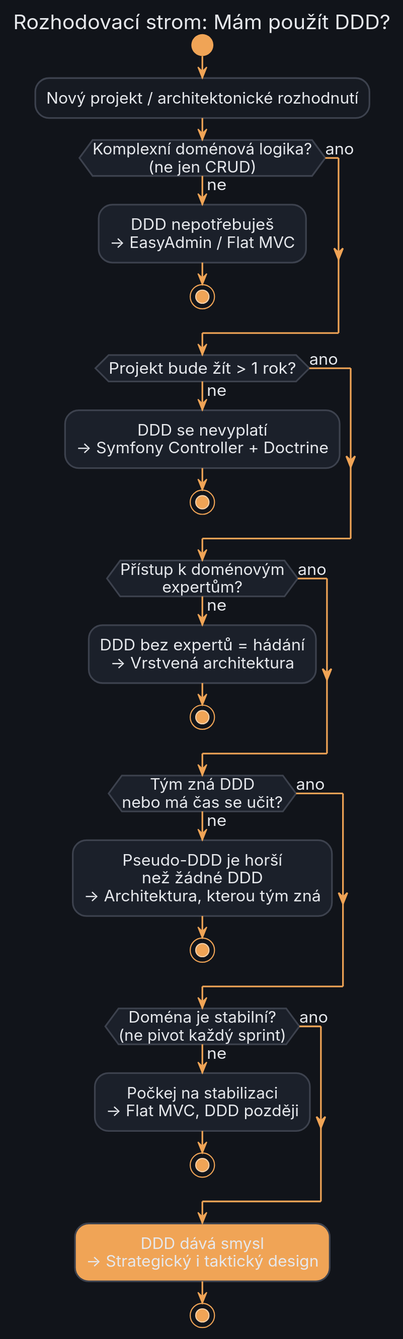
Before: public/images/diagrams/9_when_not_to_use_ddd/diagram.svg, a diagram exported from PlantUML (MichalKatuscak/ddd-v-symfony).
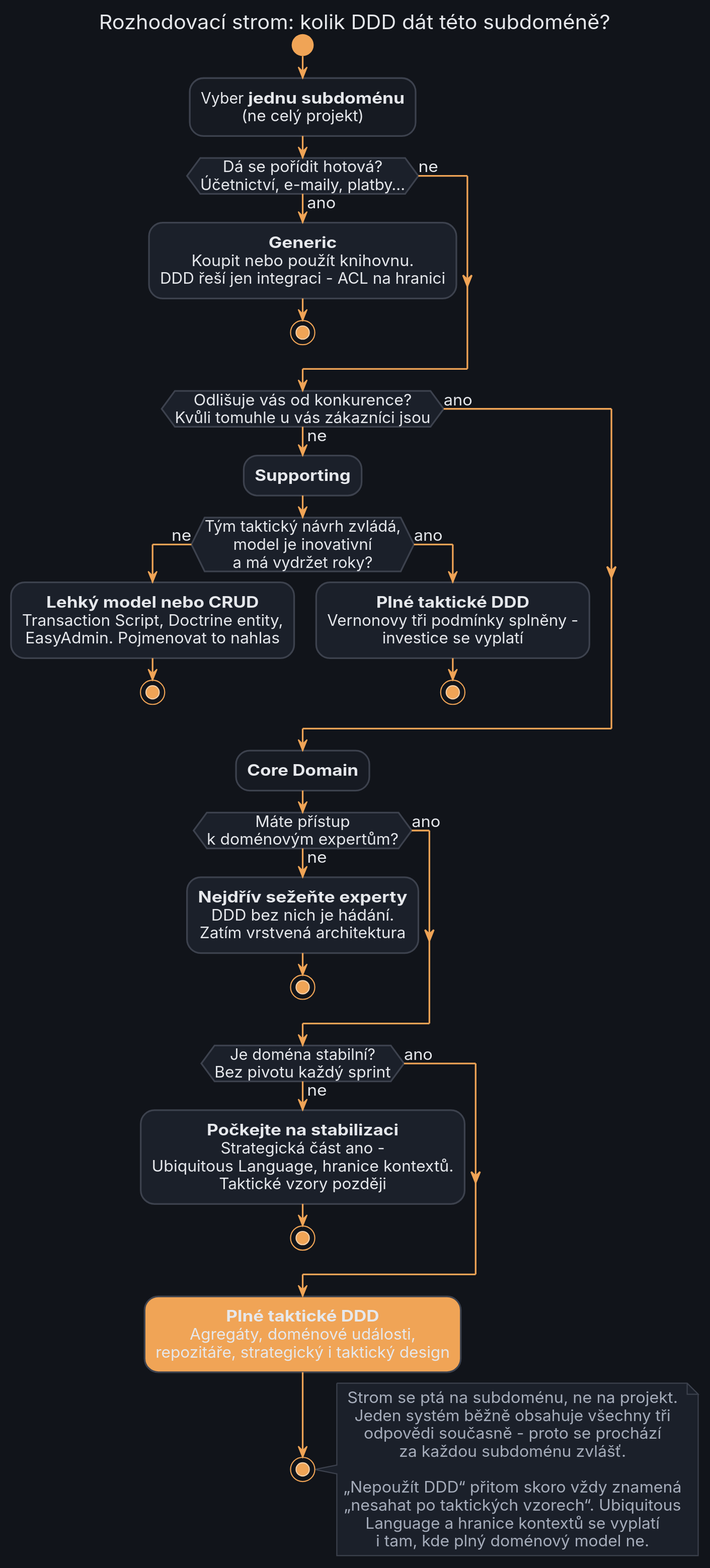
Later version of the same file.

Change to the diagram source:
```diff
@@ -179,42 +179,56 @@
   EBorderColor #F0A456
 }
 
-title Rozhodovací strom: Mám použít DDD?
+title Rozhodovací strom: kolik DDD dát této subdoméně?
 
 start
-:Nový projekt / architektonické rozhodnutí;
+:Vyber **jednu subdoménu**\n(ne celý projekt);
 
-if (Komplexní doménová logika?\n(ne jen CRUD)) then (ne)
-  #1B202A:DDD nepotřebuješ\n-> EasyAdmin / Flat MVC;
+if (Dá se pořídit hotová?\nÚčetnictví, e-maily, platby…) then (ano)
+  #1B202A:**Generic**\nKoupit nebo použít knihovnu.\nDDD řeší jen integraci - ACL na hranici;
+  stop
+else (ne)
+endif
+
+if (Odlišuje vás od konkurence?\nKvůli tomuhle u vás zákazníci jsou) then (ne)
+  #1B202A:**Supporting**;
+  if (Tým taktický návrh zvládá,\nmodel je inovativní\na má vydržet roky?) then (ne)
+    #1B202A:**Lehký model nebo CRUD**\nTransaction Script, Doctrine entity,\nEasyAdmin. Pojmenovat to nahlas;
+    stop
+  else (ano)
+    #1B202A:**Plné taktické DDD**\nVernonovy tři podmínky splněny -\ninvestice se vyplatí;
+    stop
+  endif
+else (ano)
+endif
+
+:**Core Domain**;
+
+if (Máte přístup\nk doménovým expertům?) then (ne)
+  #1B202A:**Nejdřív sežeňte experty**\nDDD bez nich je hádání.\nZatím vrstvená architektura;
   stop
 else (ano)
 endif
 
-if (Projekt bude žít > 1 rok?) then (ne)
-  #1B202A:DDD se nevyplatí\n-> Symfony Controller + Doctrine;
+if (Je doména stabilní?\nBez pivotu každý sprint) then (ne)
+  #1B202A:**Počkejte na stabilizaci**\nStrategická část ano -\nUbiquitous Language, hranice kontextů.\nTaktické vzory později;
   stop
 else (ano)
 endif
 
-if (Přístup k doménovým\nexpertům?) then (ne)
-  #1B202A:DDD bez expertů = hádání\n-> Vrstvená architektura;
-  stop
-else (ano)
-endif
-
-if (Tým zná DDD\nnebo má čas se učit?) then (ne)
-  #1B202A:Pseudo-DDD je horší\nnež žádné DDD\n-> Architektura, kterou tým zná;
-  stop
-else (ano)
-endif
-
-if (Doména je stabilní?\n(ne pivot každý sprint)) then (ne)
-  #1B202A:Počkej na stabilizaci\n-> Flat MVC, DDD později;
-  stop
-else (ano)
-endif
-
-#F0A456:DDD dává smysl\n-> Strategický i taktický design;
+#F0A456:**Plné taktické DDD**\nAgregáty, doménové události,\nrepozitáře, strategický i taktický design;
 stop
 
+note right
+  Strom se ptá na subdoménu, ne na projekt.
+  Jeden systém běžně obsahuje všechny tři
+  odpovědi současně - proto se prochází
+  za každou subdoménu zvlášť.
+
+  „Nepoužít DDD“ přitom skoro vždy znamená
+  „nesahat po taktických vzorech“. Ubiquitous
+  Language a hranice kontextů se vyplatí
+  i tam, kde plný doménový model ne.
+end note
+
 @enduml
```
